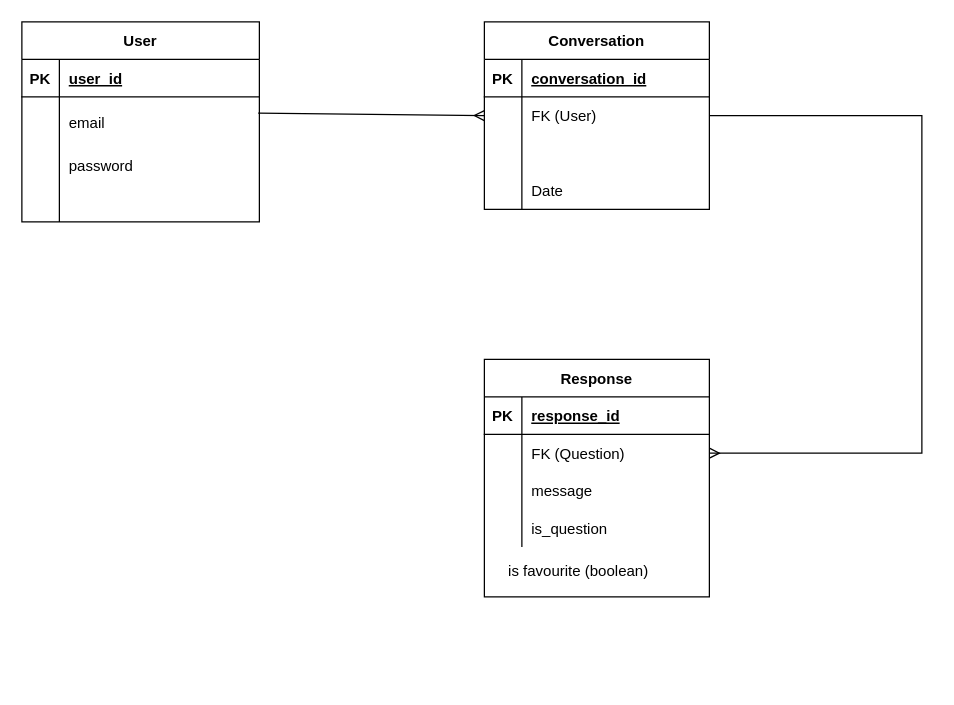
The draw.io diagram test.drawio in EGORDYU/project-2, before the edit. Source tidied: cells renumbered, new cells numbered last; positions are measured from the earlier drawing's top-left corner, leaving out a move shared by most shapes. Both pictures are drawn from the tidied source at 125%, with x=0, y=0 at pixel (21, 21).
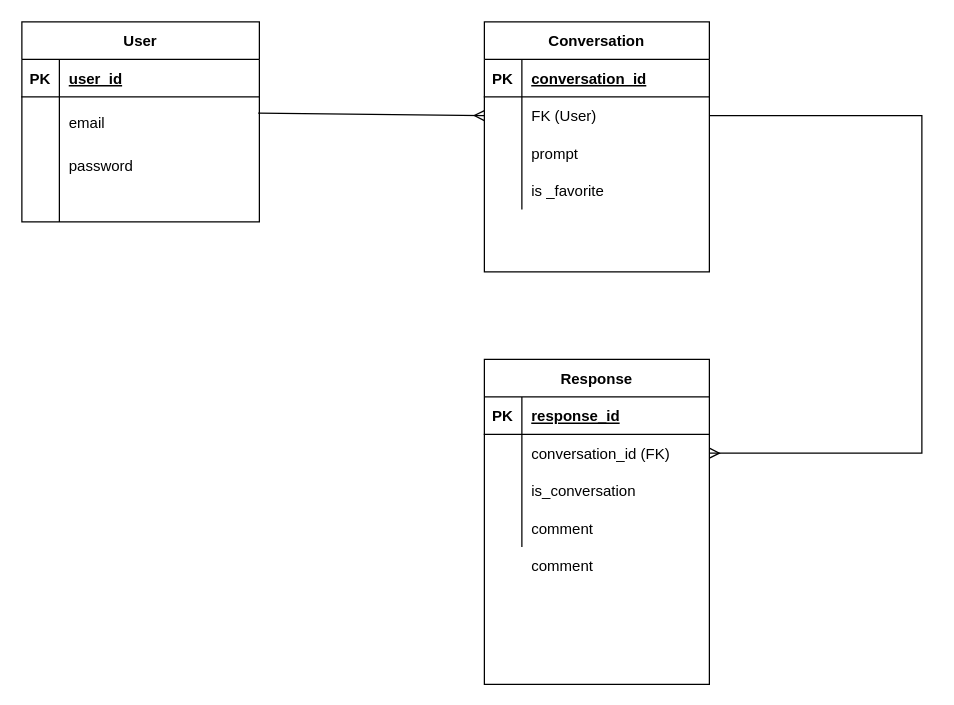
The same diagram, later.

The change refers to these unchanged cells:
```xml
<mxCell id="22" style="shape=tableRow;horizontal=0;startSize=0;swimlaneHead=0;swimlaneBody=0;fillColor=none;top=0;left=0;right=0;bottom=0;" parent="15" vertex="1">
  <mxGeometry y="90" width="180" height="30" as="geometry" />
</mxCell>
<mxCell id="25" style="shape=tableRow;horizontal=0;startSize=0;swimlaneHead=0;swimlaneBody=0;fillColor=none;top=0;left=0;right=0;bottom=0;" parent="15" vertex="1">
  <mxGeometry y="120" width="180" height="30" as="geometry" />
</mxCell>
<mxCell id="32" style="shape=tableRow;horizontal=0;startSize=0;swimlaneHead=0;swimlaneBody=0;fillColor=none;points=[[0,0.5],[1,0.5]];portConstraint=eastwest;top=0;left=0;right=0;bottom=0;" parent="28" vertex="1">
  <mxGeometry y="60" width="180" height="30" as="geometry" />
</mxCell>
<mxCell id="35" style="shape=tableRow;horizontal=0;startSize=0;swimlaneHead=0;swimlaneBody=0;fillColor=none;top=0;left=0;right=0;bottom=0;" parent="28" vertex="1">
  <mxGeometry y="90" width="180" height="30" as="geometry" />
</mxCell>
<mxCell id="38" style="shape=tableRow;horizontal=0;startSize=0;swimlaneHead=0;swimlaneBody=0;fillColor=none;top=0;left=0;right=0;bottom=0;" parent="28" vertex="1">
  <mxGeometry y="120" width="180" height="30" as="geometry" />
</mxCell>
```

What changed in the source:
```diff
@@
     <mxCell id="15" value="Conversation" style="shape=table;startSize=30;childLayout=tableLayout;rowLines=0;fontStyle=1;align=center;" parent="1" vertex="1">
-      <mxGeometry x="370" width="180" height="150" as="geometry" />
+      <mxGeometry x="370" width="180" height="200" as="geometry" />
     </mxCell>
@@
-    <mxCell id="24" style="shape=partialRectangle;fillColor=none;top=0;left=0;bottom=0;right=0;align=left;spacingLeft=6;overflow=hidden;" parent="22" vertex="1">
+    <mxCell id="24" value="prompt" style="shape=partialRectangle;fillColor=none;top=0;left=0;bottom=0;right=0;align=left;spacingLeft=6;overflow=hidden;" parent="22" vertex="1">
       <mxGeometry x="30" width="150" height="30" as="geometry" />
     </mxCell>
@@
-    <mxCell id="27" value="Date" style="shape=partialRectangle;fillColor=none;top=0;left=0;bottom=0;right=0;align=left;spacingLeft=6;overflow=hidden;" parent="25" vertex="1">
+    <mxCell id="27" value="is _favorite" style="shape=partialRectangle;fillColor=none;top=0;left=0;bottom=0;right=0;align=left;spacingLeft=6;overflow=hidden;" parent="25" vertex="1">
       <mxGeometry x="30" width="150" height="30" as="geometry" />
     </mxCell>
     <mxCell id="28" value="Response" style="shape=table;startSize=30;childLayout=tableLayout;rowLines=0;fontStyle=1;align=center;" parent="1" vertex="1">
-      <mxGeometry x="370" y="270" width="180" height="190" as="geometry" />
+      <mxGeometry x="370" y="270" width="180" height="260" as="geometry" />
     </mxCell>
@@
-    <mxCell id="34" value="FK (Question)" style="shape=partialRectangle;fillColor=none;top=0;left=0;bottom=0;right=0;align=left;spacingLeft=6;overflow=hidden;" parent="32" vertex="1">
+    <mxCell id="34" value="conversation_id (FK)" style="shape=partialRectangle;fillColor=none;top=0;left=0;bottom=0;right=0;align=left;spacingLeft=6;overflow=hidden;" parent="32" vertex="1">
       <mxGeometry x="30" width="150" height="30" as="geometry" />
     </mxCell>
@@
-    <mxCell id="37" value="message" style="shape=partialRectangle;fillColor=none;top=0;left=0;bottom=0;right=0;align=left;spacingLeft=6;overflow=hidden;" parent="35" vertex="1">
+    <mxCell id="37" value="is_conversation" style="shape=partialRectangle;fillColor=none;top=0;left=0;bottom=0;right=0;align=left;spacingLeft=6;overflow=hidden;" parent="35" vertex="1">
       <mxGeometry x="30" width="150" height="30" as="geometry" />
     </mxCell>
@@
-    <mxCell id="40" value="is_question" style="shape=partialRectangle;fillColor=none;top=0;left=0;bottom=0;right=0;align=left;spacingLeft=6;overflow=hidden;" parent="38" vertex="1">
+    <mxCell id="40" value="comment" style="shape=partialRectangle;fillColor=none;top=0;left=0;bottom=0;right=0;align=left;spacingLeft=6;overflow=hidden;" parent="38" vertex="1">
       <mxGeometry x="30" width="150" height="30" as="geometry" />
     </mxCell>
@@
-    <mxCell id="43" value="is favourite (boolean)" style="text;html=1;align=center;verticalAlign=middle;strokeColor=none;fillColor=none;" parent="1" vertex="1">
-      <mxGeometry x="375" y="425" width="140" height="30" as="geometry" />
+    <mxCell id="43" value="comment" style="shape=partialRectangle;fillColor=none;top=0;left=0;bottom=0;right=0;align=left;spacingLeft=6;overflow=hidden;" parent="1" vertex="1">
+      <mxGeometry x="400" y="420" width="150" height="30" as="geometry" />
     </mxCell>
```
